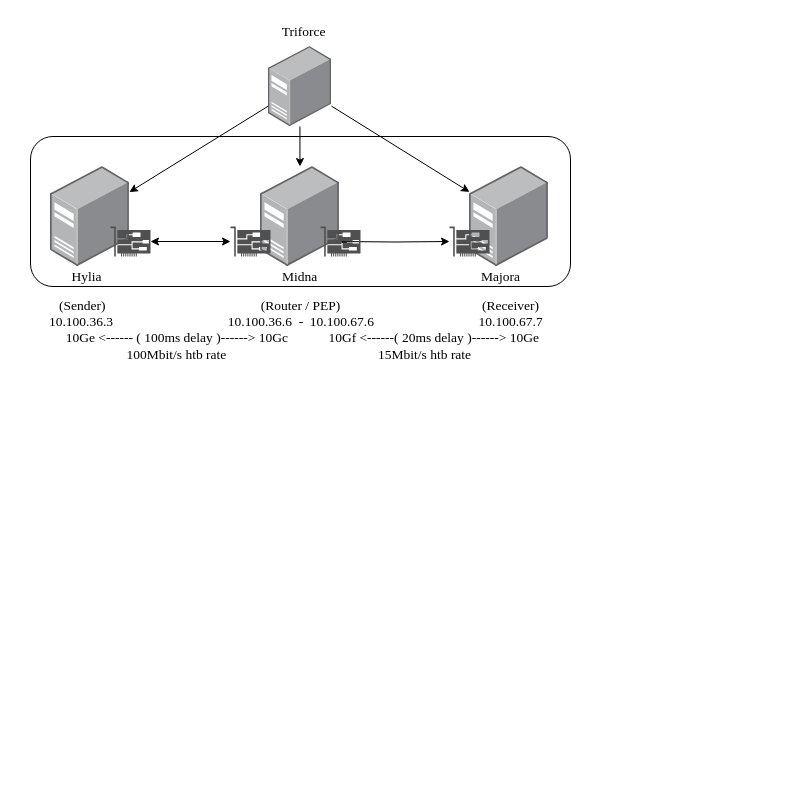
Earlier version of the draw.io diagram diagrams/drawio/testbed.drawio (joexbayer/tcp-pep-for-5g). Source tidied: cells renumbered, new cells numbered last; positions are measured from the earlier drawing's top-left corner, leaving out a move shared by most shapes. Both pictures are drawn from the tidied source at 100%, with x=0, y=0 at pixel (30, 17).
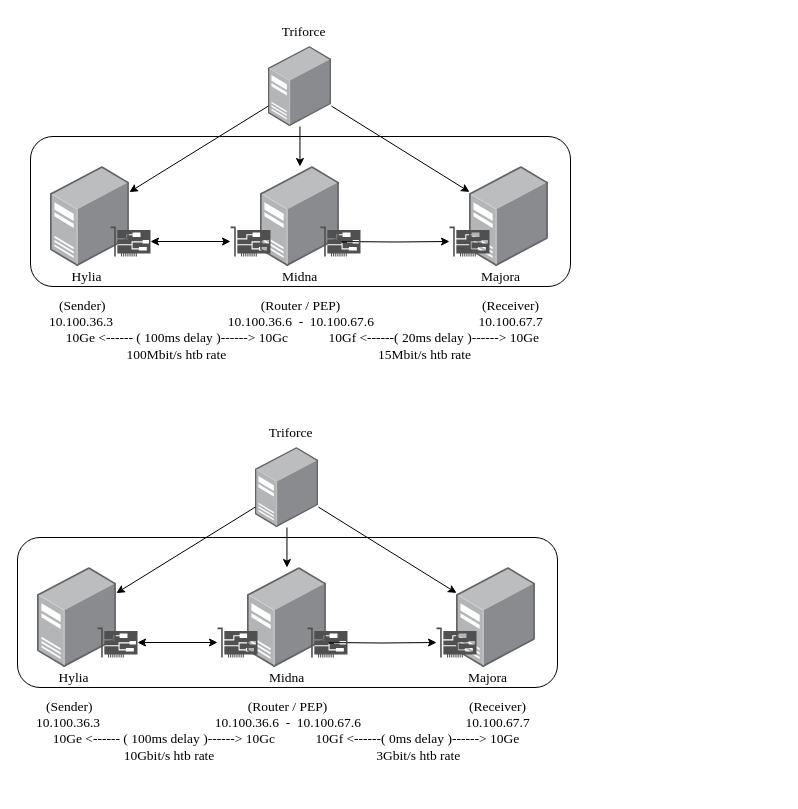
After the change.

The edit, as a diff of the source:
```diff
@@
+    <mxCell id="21" style="rounded=1;whiteSpace=wrap;html=1;fontFamily=Times New Roman;fontSize=13.5;" parent="1" vertex="1">
+      <mxGeometry x="-13" y="520" width="540" height="150" as="geometry" />
+    </mxCell>
+    <mxCell id="22" style="image;points=[];html=1;align=center;shadow=0;dashed=0;image=img/lib/allied_telesis/computer_and_terminals/Server_Desktop.svg;fontFamily=Times New Roman;fontSize=13.5;" parent="1" vertex="1">
+      <mxGeometry x="217" y="550" width="78.9" height="100" as="geometry" />
+    </mxCell>
+    <mxCell id="23" style="image;points=[];html=1;align=center;shadow=0;dashed=0;image=img/lib/allied_telesis/computer_and_terminals/Server_Desktop.svg;fontFamily=Times New Roman;fontSize=13.5;" parent="1" vertex="1">
+      <mxGeometry x="426" y="550" width="78.9" height="100" as="geometry" />
+    </mxCell>
+    <mxCell id="24" style="image;points=[];html=1;align=center;shadow=0;dashed=0;image=img/lib/allied_telesis/computer_and_terminals/Server_Desktop.svg;fontFamily=Times New Roman;fontSize=13.5;" parent="1" vertex="1">
+      <mxGeometry x="7" y="550" width="78.9" height="100" as="geometry" />
+    </mxCell>
+    <mxCell id="25" style="sketch=0;shadow=0;dashed=0;html=1;strokeColor=none;fillColor=#505050;labelPosition=center;verticalLabelPosition=bottom;verticalAlign=top;outlineConnect=0;align=center;shape=mxgraph.office.devices.nic;fontFamily=Times New Roman;fontSize=13.5;" parent="1" vertex="1">
+      <mxGeometry x="406" y="610" width="40" height="30" as="geometry" />
+    </mxCell>
+    <mxCell id="26" style="edgeStyle=orthogonalEdgeStyle;rounded=0;jettySize=auto;html=1;startArrow=classic;startFill=1;fontFamily=Times New Roman;fontSize=13.5;" parent="1" edge="1" target="25">
+      <mxGeometry relative="1" as="geometry">
+        <mxPoint x="296" y="625" as="sourcePoint" />
+      </mxGeometry>
+    </mxCell>
+    <mxCell id="27" style="sketch=0;shadow=0;dashed=0;html=1;strokeColor=none;fillColor=#505050;labelPosition=center;verticalLabelPosition=bottom;verticalAlign=top;align=center;shape=mxgraph.office.devices.nic;fontFamily=Times New Roman;fontSize=13.5;" parent="1" vertex="1">
+      <mxGeometry x="277" y="610" width="40" height="30" as="geometry" />
+    </mxCell>
+    <mxCell id="28" style="sketch=0;shadow=0;dashed=0;html=1;strokeColor=none;fillColor=#505050;labelPosition=center;verticalLabelPosition=bottom;verticalAlign=top;outlineConnect=0;align=center;shape=mxgraph.office.devices.nic;fontFamily=Times New Roman;fontSize=13.5;" parent="1" vertex="1">
+      <mxGeometry x="187" y="610" width="40" height="30" as="geometry" />
+    </mxCell>
+    <mxCell id="29" style="edgeStyle=orthogonalEdgeStyle;rounded=0;jettySize=auto;html=1;startArrow=classic;startFill=1;fontFamily=Times New Roman;fontSize=13.5;" parent="1" edge="1" source="30" target="28">
+      <mxGeometry relative="1" as="geometry" />
+    </mxCell>
+    <mxCell id="30" style="sketch=0;shadow=0;dashed=0;html=1;strokeColor=none;fillColor=#505050;labelPosition=center;verticalLabelPosition=bottom;verticalAlign=top;outlineConnect=0;align=center;shape=mxgraph.office.devices.nic;fontFamily=Times New Roman;fontSize=13.5;" parent="1" vertex="1">
+      <mxGeometry x="67" y="610" width="40" height="30" as="geometry" />
+    </mxCell>
+    <mxCell id="31" value="        (Sender)                                              (Router / PEP)                                          (Receiver) &#10;     10.100.36.3                                  10.100.36.6  -  10.100.67.6                               10.100.67.7&#10;          10Ge &lt;------ ( 100ms delay )------&gt; 10Gc            10Gf &lt;------( 0ms delay )------&gt; 10Ge&#10;                               10Gbit/s htb rate                                                3Gbit/s htb rate               &#10; " style="text;whiteSpace=wrap;fontFamily=Times New Roman;fontSize=13.5;" parent="1" vertex="1">
+      <mxGeometry x="-13" y="675" width="750" height="100" as="geometry" />
+    </mxCell>
+    <mxCell id="32" style="image;points=[];html=1;align=center;shadow=0;dashed=0;image=img/lib/allied_telesis/computer_and_terminals/Server_Desktop.svg;imageBackground=none;fontFamily=Times New Roman;fontSize=13.5;" parent="1" vertex="1">
+      <mxGeometry x="224.9" y="430" width="63.1" height="80" as="geometry" />
+    </mxCell>
+    <mxCell id="33" style="endArrow=classic;html=1;rounded=0;fontFamily=Times New Roman;fontSize=13.5;" parent="1" edge="1" source="32" target="24">
+      <mxGeometry relative="1" as="geometry" />
+    </mxCell>
+    <mxCell id="34" style="endArrow=classic;html=1;rounded=0;fontFamily=Times New Roman;fontSize=13.5;" parent="1" edge="1" source="32" target="22">
+      <mxGeometry relative="1" as="geometry" />
+    </mxCell>
+    <mxCell id="35" style="endArrow=classic;html=1;rounded=0;fontFamily=Times New Roman;fontSize=13.5;" parent="1" edge="1" source="32" target="23">
+      <mxGeometry relative="1" as="geometry" />
+    </mxCell>
+    <mxCell id="36" value="Triforce" style="text;html=1;align=center;verticalAlign=middle;strokeColor=none;fillColor=none;fontFamily=Times New Roman;fontSize=13.5;" parent="1" vertex="1">
+      <mxGeometry x="228" y="401" width="63" height="29" as="geometry" />
+    </mxCell>
+    <mxCell id="37" value="Hylia" style="text;html=1;align=center;verticalAlign=middle;strokeColor=none;fillColor=none;fontFamily=Times New Roman;fontSize=13.5;" parent="1" vertex="1">
+      <mxGeometry x="18" y="646" width="49" height="29" as="geometry" />
+    </mxCell>
+    <mxCell id="38" value="Midna" style="text;html=1;align=center;verticalAlign=middle;strokeColor=none;fillColor=none;fontFamily=Times New Roman;fontSize=13.5;" parent="1" vertex="1">
+      <mxGeometry x="228.9" y="646" width="55" height="29" as="geometry" />
+    </mxCell>
+    <mxCell id="39" value="Majora" style="text;html=1;align=center;verticalAlign=middle;strokeColor=none;fillColor=none;fontFamily=Times New Roman;fontSize=13.5;" parent="1" vertex="1">
+      <mxGeometry x="428" y="646" width="58" height="29" as="geometry" />
+    </mxCell>
```
